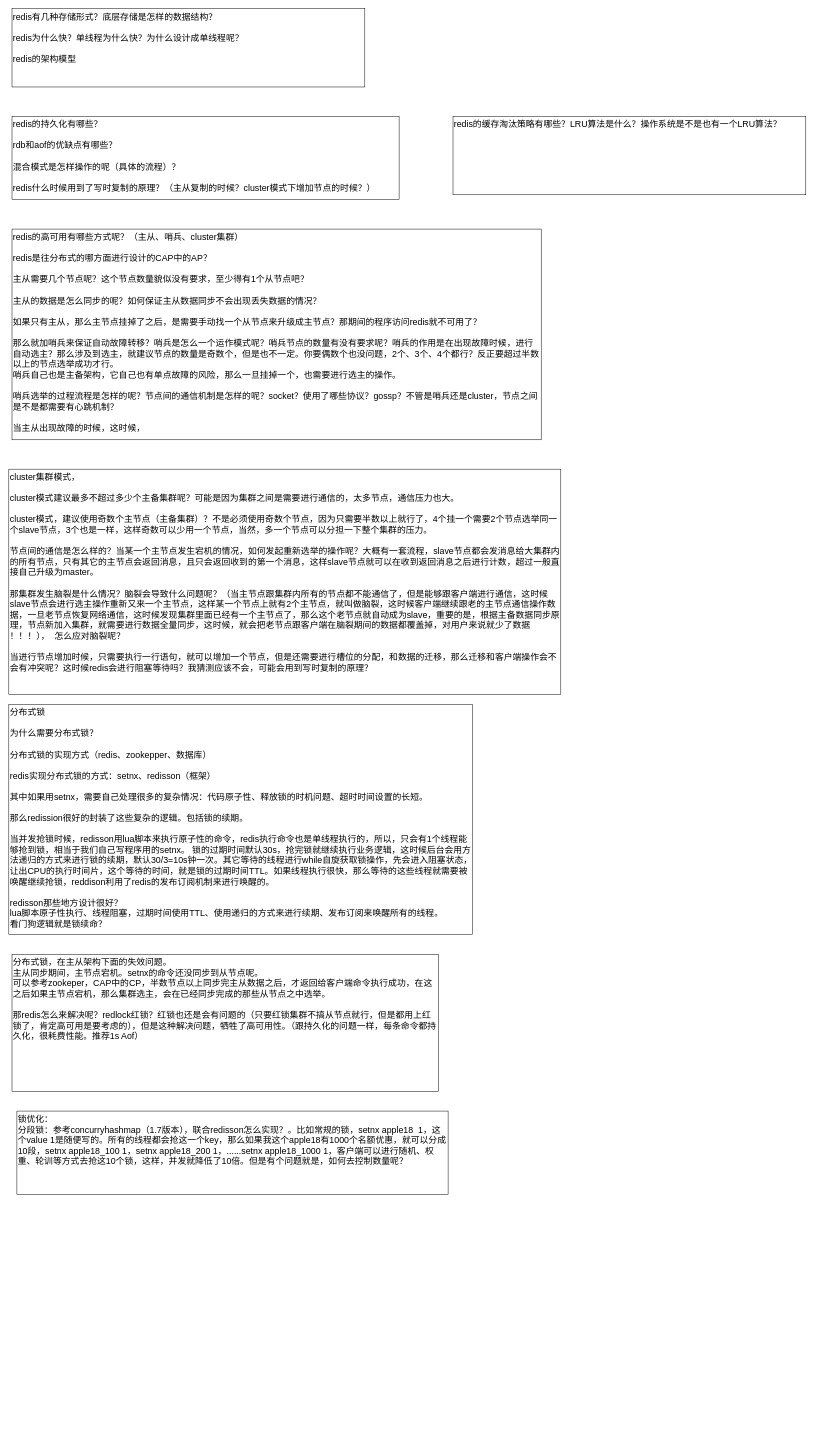
The draw.io diagram JAVA/Redis.drawio in KGwolf/MyDraw, before the edit. Source tidied: cells renumbered, new cells numbered last; positions are measured from the earlier drawing's top-left corner, leaving out a move shared by most shapes. Both pictures are drawn from the tidied source at 49%, with x=0, y=0 at pixel (9, 8).
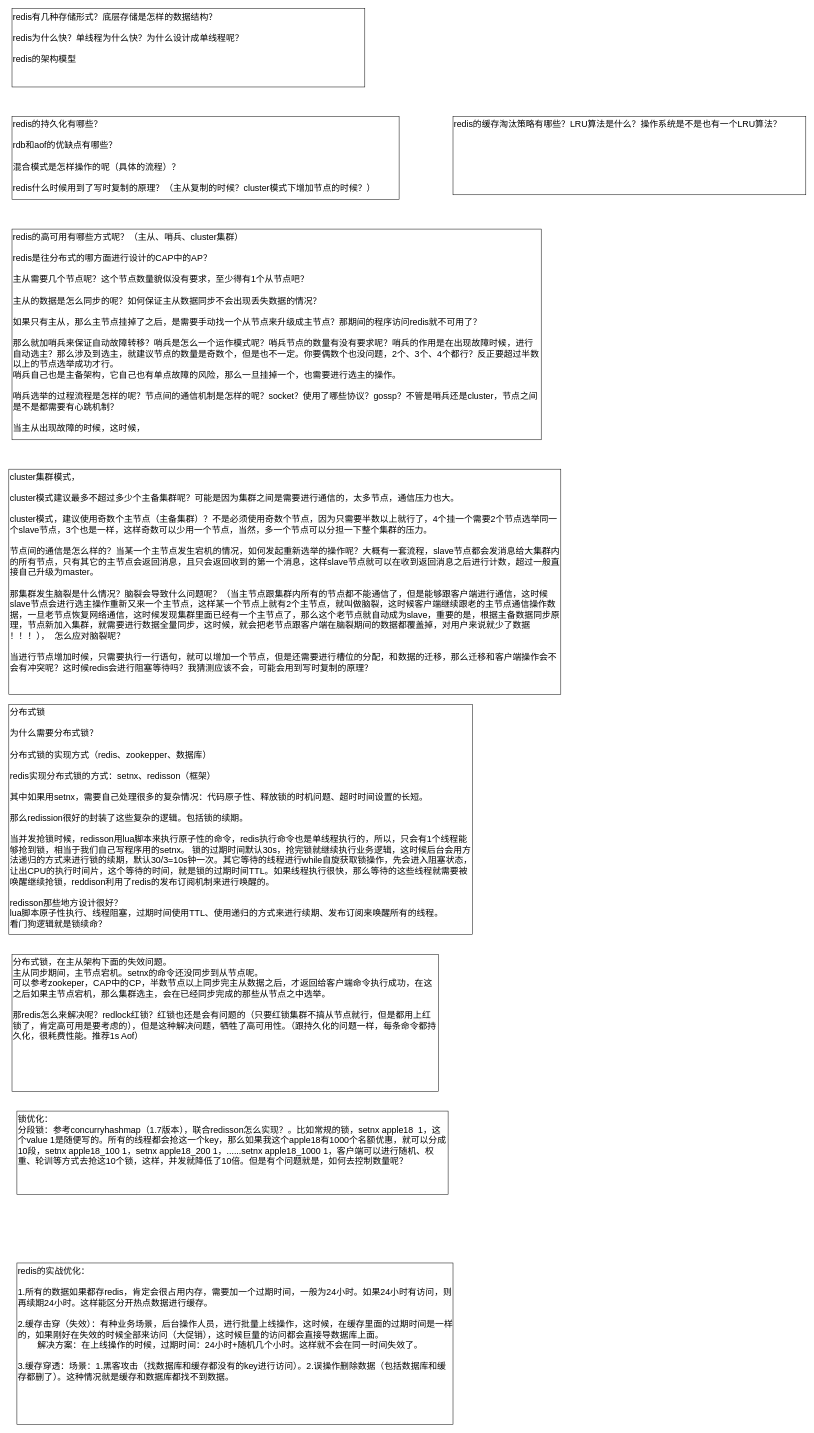
Above is the later version.

What changed in the source:
```diff
@@
 <mxGraphModel>
   <root>
     <mxCell id="0" />
     <mxCell id="1" parent="0" />
     <mxCell id="2" value="redis有几种存储形式？底层存储是怎样的数据结构？&lt;br&gt;&lt;br&gt;redis为什么快？单线程为什么快？为什么设计成单线程呢？&lt;br&gt;&lt;br&gt;redis的架构模型" style="rounded=0;whiteSpace=wrap;html=1;fontSize=18;align=left;verticalAlign=top;" parent="1" vertex="1">
       <mxGeometry x="6" width="720" height="160" as="geometry" />
     </mxCell>
     <mxCell id="3" value="redis的持久化有哪些？&lt;br&gt;&lt;br&gt;rdb和aof的优缺点有哪些？&lt;br&gt;&lt;br&gt;混合模式是怎样操作的呢（具体的流程）？&lt;br&gt;&lt;br&gt;redis什么时候用到了写时复制的原理？（主从复制的时候？cluster模式下增加节点的时候？）" style="rounded=0;whiteSpace=wrap;html=1;fontSize=18;align=left;verticalAlign=top;" parent="1" vertex="1">
       <mxGeometry x="6" y="220" width="790" height="170" as="geometry" />
     </mxCell>
     <mxCell id="4" value="redis的高可用有哪些方式呢？（主从、哨兵、cluster集群）&lt;br&gt;&lt;br&gt;redis是往分布式的哪方面进行设计的CAP中的AP？&lt;br&gt;&lt;br&gt;主从需要几个节点呢？这个节点数量貌似没有要求，至少得有1个从节点吧？&lt;br&gt;&lt;br&gt;主从的数据是怎么同步的呢？如何保证主从数据同步不会出现丢失数据的情况？&lt;br&gt;&lt;br&gt;如果只有主从，那么主节点挂掉了之后，是需要手动找一个从节点来升级成主节点？那期间的程序访问redis就不可用了？&lt;br&gt;&lt;br&gt;那么就加哨兵来保证自动故障转移？哨兵是怎么一个运作模式呢？哨兵节点的数量有没有要求呢？哨兵的作用是在出现故障时候，进行自动选主？那么涉及到选主，就建议节点的数量是奇数个，但是也不一定。你要偶数个也没问题，2个、3个、4个都行？反正要超过半数以上的节点选举成功才行。&lt;br&gt;哨兵自己也是主备架构，它自己也有单点故障的风险，那么一旦挂掉一个，也需要进行选主的操作。&lt;br&gt;&lt;br&gt;哨兵选举的过程流程是怎样的呢？节点间的通信机制是怎样的呢？socket？使用了哪些协议？gossp？不管是哨兵还是cluster，节点之间是不是都需要有心跳机制？&lt;br&gt;&lt;br&gt;当主从出现故障的时候，这时候，" style="rounded=0;whiteSpace=wrap;html=1;fontSize=18;align=left;verticalAlign=top;" parent="1" vertex="1">
       <mxGeometry x="6" y="450" width="1080" height="430" as="geometry" />
     </mxCell>
     <mxCell id="5" value="redis的缓存淘汰策略有哪些？LRU算法是什么？操作系统是不是也有一个LRU算法？" style="rounded=0;whiteSpace=wrap;html=1;fontSize=18;align=left;verticalAlign=top;" parent="1" vertex="1">
       <mxGeometry x="906" y="220" width="720" height="160" as="geometry" />
     </mxCell>
     <mxCell id="6" value="cluster集群模式，&lt;br&gt;&lt;br&gt;cluster模式建议最多不超过多少个主备集群呢？可能是因为集群之间是需要进行通信的，太多节点，通信压力也大。&lt;br&gt;&lt;br&gt;cluster模式，建议使用奇数个主节点（主备集群）？不是必须使用奇数个节点，因为只需要半数以上就行了，4个挂一个需要2个节点选举同一个slave节点，3个也是一样，这样奇数可以少用一个节点，当然，多一个节点可以分担一下整个集群的压力。&lt;br&gt;&lt;br&gt;节点间的通信是怎么样的？当某一个主节点发生宕机的情况，如何发起重新选举的操作呢？大概有一套流程，slave节点都会发消息给大集群内的所有节点，只有其它的主节点会返回消息，且只会返回收到的第一个消息，这样slave节点就可以在收到返回消息之后进行计数，超过一般直接自己升级为master。&lt;br&gt;&lt;br&gt;那集群发生脑裂是什么情况？脑裂会导致什么问题呢？（当主节点跟集群内所有的节点都不能通信了，但是能够跟客户端进行通信，这时候slave节点会进行选主操作重新又来一个主节点，这样某一个节点上就有2个主节点，就叫做脑裂，这时候客户端继续跟老的主节点通信操作数据，一旦老节点恢复网络通信，这时候发现集群里面已经有一个主节点了，那么这个老节点就自动成为slave，重要的是，根据主备数据同步原理，节点新加入集群，就需要进行数据全量同步，这时候，就会把老节点跟客户端在脑裂期间的数据都覆盖掉，对用户来说就少了数据&lt;br&gt;！！！），&amp;nbsp; 怎么应对脑裂呢？&lt;br&gt;&lt;br&gt;当进行节点增加时候，只需要执行一行语句，就可以增加一个节点，但是还需要进行槽位的分配，和数据的迁移，那么迁移和客户端操作会不会有冲突呢？这时候redis会进行阻塞等待吗？我猜测应该不会，可能会用到写时复制的原理？" style="rounded=0;whiteSpace=wrap;html=1;fontSize=18;align=left;verticalAlign=top;" parent="1" vertex="1">
       <mxGeometry x="-0.5" y="940" width="1126.5" height="460" as="geometry" />
     </mxCell>
     <mxCell id="7" value="分布式锁&lt;br&gt;&lt;br&gt;为什么需要分布式锁？&lt;br&gt;&lt;br&gt;分布式锁的实现方式（redis、zookepper、数据库）&lt;br&gt;&lt;br&gt;redis实现分布式锁的方式：setnx、redisson（框架）&lt;br&gt;&lt;br&gt;其中如果用setnx，需要自己处理很多的复杂情况：代码原子性、释放锁的时机问题、超时时间设置的长短。&lt;br&gt;&lt;br&gt;那么redission很好的封装了这些复杂的逻辑。包括锁的续期。&lt;br&gt;&lt;br&gt;当并发抢锁时候，redisson用lua脚本来执行原子性的命令，redis执行命令也是单线程执行的，所以，只会有1个线程能够抢到锁，相当于我们自己写程序用的setnx。 锁的过期时间默认30s，抢完锁就继续执行业务逻辑，这时候后台会用方法递归的方式来进行锁的续期，默认30/3=10s钟一次。其它等待的线程进行while自旋获取锁操作，先会进入阻塞状态，让出CPU的执行时间片，这个等待的时间，就是锁的过期时间TTL。如果线程执行很快，那么等待的这些线程就需要被唤醒继续抢锁，reddison利用了redis的发布订阅机制来进行唤醒的。&lt;br&gt;&lt;br&gt;redisson那些地方设计很好？&lt;br&gt;lua脚本原子性执行、线程阻塞，过期时间使用TTL、使用递归的方式来进行续期、发布订阅来唤醒所有的线程。&lt;br&gt;看门狗逻辑就是锁续命？" style="rounded=0;whiteSpace=wrap;html=1;fontSize=18;align=left;verticalAlign=top;" parent="1" vertex="1">
       <mxGeometry x="-0.5" y="1420" width="946.5" height="470" as="geometry" />
     </mxCell>
     <mxCell id="8" value="分布式锁，在主从架构下面的失效问题。&lt;br&gt;主从同步期间，主节点宕机。setnx的命令还没同步到从节点呢。&lt;br&gt;可以参考zookeper，CAP中的CP，半数节点以上同步完主从数据之后，才返回给客户端命令执行成功，在这之后如果主节点宕机，那么集群选主，会在已经同步完成的那些从节点之中选举。&lt;br&gt;&lt;br&gt;那redis怎么来解决呢？redlock红锁？红锁也还是会有问题的（只要红锁集群不搞从节点就行，但是都用上红锁了，肯定高可用是要考虑的），但是这种解决问题，牺牲了高可用性。（跟持久化的问题一样，每条命令都持久化，很耗费性能。推荐1s Aof）" style="rounded=0;whiteSpace=wrap;html=1;fontSize=18;align=left;verticalAlign=top;" parent="1" vertex="1">
       <mxGeometry x="6" y="1930" width="870" height="280" as="geometry" />
     </mxCell>
     <mxCell id="9" value="锁优化：&lt;br&gt;分段锁：参考concurryhashmap（1.7版本），联合redisson怎么实现？。比如常规的锁，setnx apple18&amp;nbsp; 1，这个value 1是随便写的。所有的线程都会抢这一个key，那么如果我这个apple18有1000个名额优惠，就可以分成10段，setnx apple18_100 1，setnx apple18_200 1，......setnx apple18_1000 1，客户端可以进行随机、权重、轮训等方式去抢这10个锁，这样，并发就降低了10倍。但是有个问题就是，如何去控制数量呢？" style="rounded=0;whiteSpace=wrap;html=1;fontSize=18;align=left;verticalAlign=top;" parent="1" vertex="1">
       <mxGeometry x="16" y="2250" width="880" height="170" as="geometry" />
     </mxCell>
+    <mxCell id="10" value="redis的实战优化：&lt;br&gt;&lt;br&gt;1.所有的数据如果都存redis，肯定会很占用内存，需要加一个过期时间，一般为24小时。如果24小时有访问，则再续期24小时。这样能区分开热点数据进行缓存。&lt;br&gt;&lt;br&gt;2.缓存击穿（失效）：有种业务场景，后台操作人员，进行批量上线操作，这时候，在缓存里面的过期时间是一样的，如果刚好在失效的时候全部来访问（大促销），这时候巨量的访问都会直接导数据库上面。&lt;br&gt;&lt;span style=&quot;white-space: pre;&quot;&gt;&#9;&lt;/span&gt;解决方案：在上线操作的时候，过期时间：24小时+随机几个小时。这样就不会在同一时间失效了。&lt;br&gt;&lt;br&gt;3.缓存穿透：场景：1.黑客攻击（找数据库和缓存都没有的key进行访问）。2.误操作删除数据（包括数据库和缓存都删了）。这种情况就是缓存和数据库都找不到数据。" style="rounded=0;whiteSpace=wrap;html=1;fontSize=18;align=left;verticalAlign=top;" parent="1" vertex="1">
+      <mxGeometry x="16" y="2560" width="890" height="330" as="geometry" />
+    </mxCell>
   </root>
 </mxGraphModel>
```
